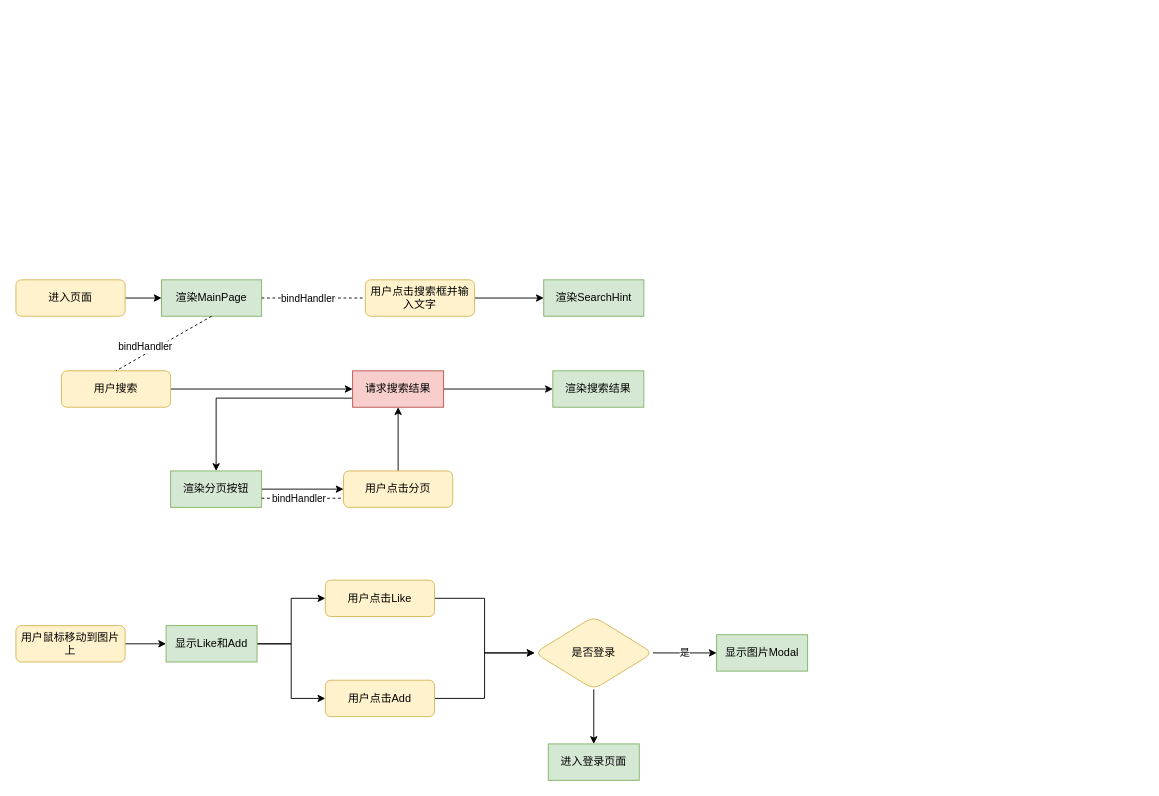
zakyi/RefactMyFirstFrontendProject keeps this draw.io diagram as public/未命名绘图.drawio. Above is the earlier version. Source tidied: cells renumbered, new cells numbered last; positions are measured from the earlier drawing's top-left corner, leaving out a move shared by most shapes. Both pictures are drawn from the tidied source at 91%, with x=0, y=0 at pixel (15, 279).
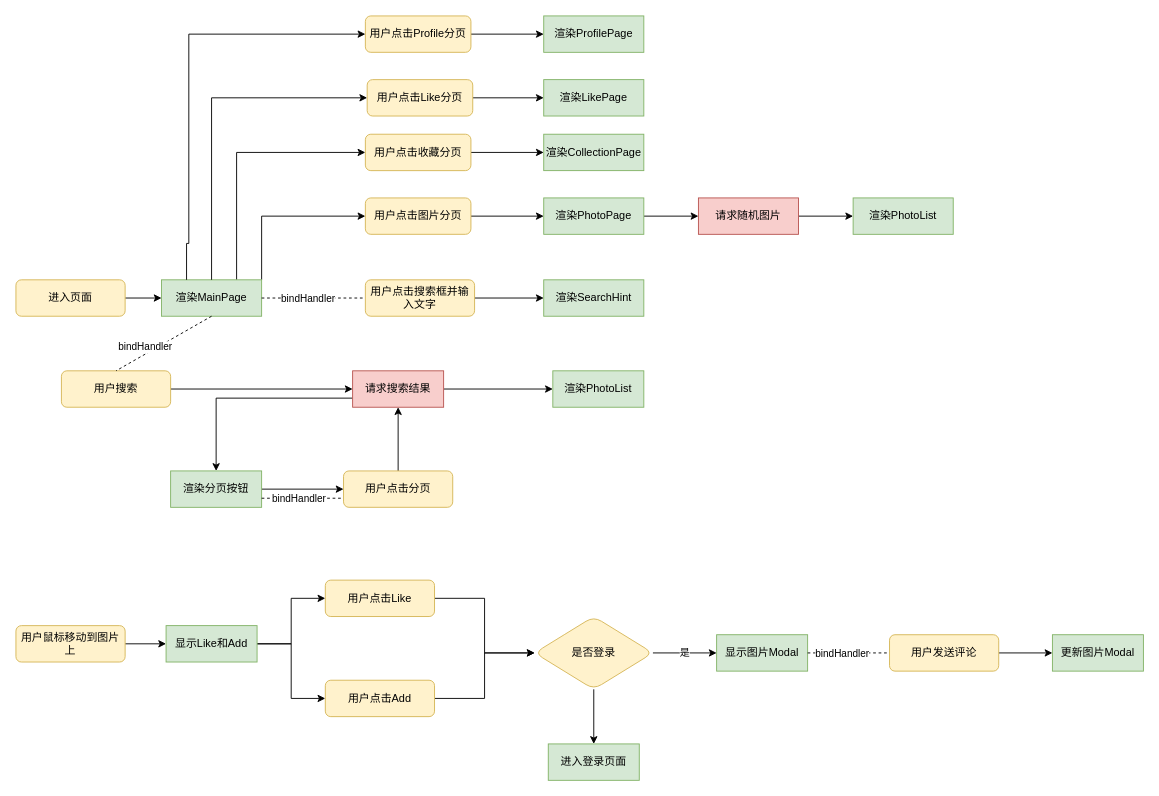
The same page after the edit.

Commit message:
更新未命名绘图.drawio

The change refers to these unchanged cells:
```xml
<mxCell id="4" value="渲染MainPage" style="rounded=0;whiteSpace=wrap;html=1;fillColor=#d5e8d4;strokeColor=#82b366;" parent="1" vertex="1">
  <mxGeometry x="160" width="110" height="40" as="geometry" />
</mxCell>
<mxCell id="37" value="显示图片Modal" style="rounded=0;whiteSpace=wrap;html=1;fillColor=#d5e8d4;strokeColor=#82b366;" parent="1" vertex="1">
  <mxGeometry x="770" y="390" width="100" height="40" as="geometry" />
</mxCell>
```

Change to the diagram source:
```diff
@@
+    <mxCell id="38" style="edgeStyle=orthogonalEdgeStyle;rounded=0;jettySize=auto;html=1;exitX=1;exitY=0;exitDx=0;exitDy=0;entryX=0;entryY=0.5;entryDx=0;entryDy=0;" parent="1" edge="1" source="4" target="41">
+      <mxGeometry relative="1" as="geometry" />
+    </mxCell>
+    <mxCell id="39" style="edgeStyle=orthogonalEdgeStyle;rounded=0;jettySize=auto;html=1;exitX=0.75;exitY=0;exitDx=0;exitDy=0;entryX=0;entryY=0.5;entryDx=0;entryDy=0;" parent="1" edge="1" source="4" target="48">
+      <mxGeometry relative="1" as="geometry" />
+    </mxCell>
@@
-    <mxCell id="15" value="渲染搜索结果" style="whiteSpace=wrap;html=1;rounded=0;fillColor=#d5e8d4;strokeColor=#82b366;" parent="1" vertex="1">
+    <mxCell id="15" value="渲染PhotoList" style="whiteSpace=wrap;html=1;rounded=0;fillColor=#d5e8d4;strokeColor=#82b366;" parent="1" vertex="1">
       <mxGeometry x="590" y="100" width="100" height="40" as="geometry" />
     </mxCell>
@@
+    <mxCell id="40" style="edgeStyle=orthogonalEdgeStyle;rounded=0;jettySize=auto;html=1;" parent="1" edge="1" source="41" target="43">
+      <mxGeometry relative="1" as="geometry" />
+    </mxCell>
+    <mxCell id="41" value="用户点击图片分页" style="rounded=1;whiteSpace=wrap;html=1;fontSize=12;glass=0;strokeWidth=1;shadow=0;fillColor=#fff2cc;strokeColor=#d6b656;" parent="1" vertex="1">
+      <mxGeometry x="384" y="-90" width="116" height="40" as="geometry" />
+    </mxCell>
+    <mxCell id="42" style="edgeStyle=orthogonalEdgeStyle;rounded=0;jettySize=auto;html=1;" parent="1" edge="1" source="43" target="45">
+      <mxGeometry relative="1" as="geometry" />
+    </mxCell>
+    <mxCell id="43" value="渲染PhotoPage" style="rounded=0;whiteSpace=wrap;html=1;fillColor=#d5e8d4;strokeColor=#82b366;" parent="1" vertex="1">
+      <mxGeometry x="580" y="-90" width="110" height="40" as="geometry" />
+    </mxCell>
+    <mxCell id="44" style="edgeStyle=orthogonalEdgeStyle;rounded=0;jettySize=auto;html=1;" parent="1" edge="1" source="45" target="46">
+      <mxGeometry relative="1" as="geometry" />
+    </mxCell>
+    <mxCell id="45" value="请求随机图片" style="rounded=0;whiteSpace=wrap;html=1;fillColor=#f8cecc;strokeColor=#b85450;" parent="1" vertex="1">
+      <mxGeometry x="750" y="-90" width="110" height="40" as="geometry" />
+    </mxCell>
+    <mxCell id="46" value="渲染PhotoList" style="rounded=0;whiteSpace=wrap;html=1;fillColor=#d5e8d4;strokeColor=#82b366;" parent="1" vertex="1">
+      <mxGeometry x="920" y="-90" width="110" height="40" as="geometry" />
+    </mxCell>
+    <mxCell id="47" style="edgeStyle=orthogonalEdgeStyle;rounded=0;jettySize=auto;html=1;" parent="1" edge="1" source="48" target="53">
+      <mxGeometry relative="1" as="geometry" />
+    </mxCell>
+    <mxCell id="48" value="用户点击收藏分页" style="rounded=1;whiteSpace=wrap;html=1;fontSize=12;glass=0;strokeWidth=1;shadow=0;fillColor=#fff2cc;strokeColor=#d6b656;" parent="1" vertex="1">
+      <mxGeometry x="384" y="-160" width="116" height="40" as="geometry" />
+    </mxCell>
+    <mxCell id="49" style="edgeStyle=orthogonalEdgeStyle;rounded=0;jettySize=auto;html=1;" parent="1" edge="1" source="50" target="58">
+      <mxGeometry relative="1" as="geometry" />
+    </mxCell>
+    <mxCell id="50" value="用户发送评论" style="rounded=1;whiteSpace=wrap;html=1;fontSize=12;glass=0;strokeWidth=1;shadow=0;fillColor=#fff2cc;strokeColor=#d6b656;" parent="1" vertex="1">
+      <mxGeometry x="960" y="390" width="120" height="40" as="geometry" />
+    </mxCell>
+    <mxCell id="51" style="endArrow=none;dashed=1;html=1;rounded=0;exitX=1;exitY=0.5;exitDx=0;exitDy=0;entryX=0;entryY=0.5;entryDx=0;entryDy=0;" parent="1" edge="1" source="37" target="50">
+      <mxGeometry relative="1" as="geometry" />
+    </mxCell>
+    <mxCell id="52" value="bindHandler" style="edgeLabel;html=1;align=center;verticalAlign=middle;" parent="51" vertex="1">
+      <mxGeometry x="0.13" relative="1" as="geometry">
+        <mxPoint x="-14" as="offset" />
+      </mxGeometry>
+    </mxCell>
+    <mxCell id="53" value="渲染CollectionPage" style="rounded=0;whiteSpace=wrap;html=1;fillColor=#d5e8d4;strokeColor=#82b366;" parent="1" vertex="1">
+      <mxGeometry x="580" y="-160" width="110" height="40" as="geometry" />
+    </mxCell>
+    <mxCell id="54" style="edgeStyle=orthogonalEdgeStyle;rounded=0;jettySize=auto;html=1;" parent="1" edge="1" source="55" target="57">
+      <mxGeometry relative="1" as="geometry" />
+    </mxCell>
+    <mxCell id="55" value="用户点击Like分页" style="rounded=1;whiteSpace=wrap;html=1;fontSize=12;glass=0;strokeWidth=1;shadow=0;fillColor=#fff2cc;strokeColor=#d6b656;" parent="1" vertex="1">
+      <mxGeometry x="386" y="-220" width="116" height="40" as="geometry" />
+    </mxCell>
+    <mxCell id="56" style="edgeStyle=orthogonalEdgeStyle;rounded=0;jettySize=auto;html=1;exitX=0.5;exitY=0;exitDx=0;exitDy=0;entryX=0;entryY=0.5;entryDx=0;entryDy=0;" parent="1" edge="1" source="4" target="55">
+      <mxGeometry relative="1" as="geometry" />
+    </mxCell>
+    <mxCell id="57" value="渲染LikePage" style="rounded=0;whiteSpace=wrap;html=1;fillColor=#d5e8d4;strokeColor=#82b366;" parent="1" vertex="1">
+      <mxGeometry x="580" y="-220" width="110" height="40" as="geometry" />
+    </mxCell>
+    <mxCell id="58" value="更新图片Modal" style="rounded=0;whiteSpace=wrap;html=1;fillColor=#d5e8d4;strokeColor=#82b366;" parent="1" vertex="1">
+      <mxGeometry x="1139" y="390" width="100" height="40" as="geometry" />
+    </mxCell>
+    <mxCell id="59" style="edgeStyle=orthogonalEdgeStyle;rounded=0;jettySize=auto;html=1;" parent="1" edge="1" source="60" target="62">
+      <mxGeometry relative="1" as="geometry" />
+    </mxCell>
+    <mxCell id="60" value="用户点击Profile分页" style="rounded=1;whiteSpace=wrap;html=1;fontSize=12;glass=0;strokeWidth=1;shadow=0;fillColor=#fff2cc;strokeColor=#d6b656;" parent="1" vertex="1">
+      <mxGeometry x="384" y="-290" width="116" height="40" as="geometry" />
+    </mxCell>
+    <mxCell id="61" style="edgeStyle=orthogonalEdgeStyle;rounded=0;jettySize=auto;html=1;entryX=0;entryY=0.5;entryDx=0;entryDy=0;exitX=0.25;exitY=0;exitDx=0;exitDy=0;" parent="1" edge="1" source="4" target="60">
+      <mxGeometry relative="1" as="geometry">
+        <Array as="points">
+          <mxPoint x="188" y="-40" />
+          <mxPoint x="190" y="-40" />
+          <mxPoint x="190" y="-270" />
+        </Array>
+      </mxGeometry>
+    </mxCell>
+    <mxCell id="62" value="渲染ProfilePage" style="rounded=0;whiteSpace=wrap;html=1;fillColor=#d5e8d4;strokeColor=#82b366;" parent="1" vertex="1">
+      <mxGeometry x="580" y="-290" width="110" height="40" as="geometry" />
+    </mxCell>
```
